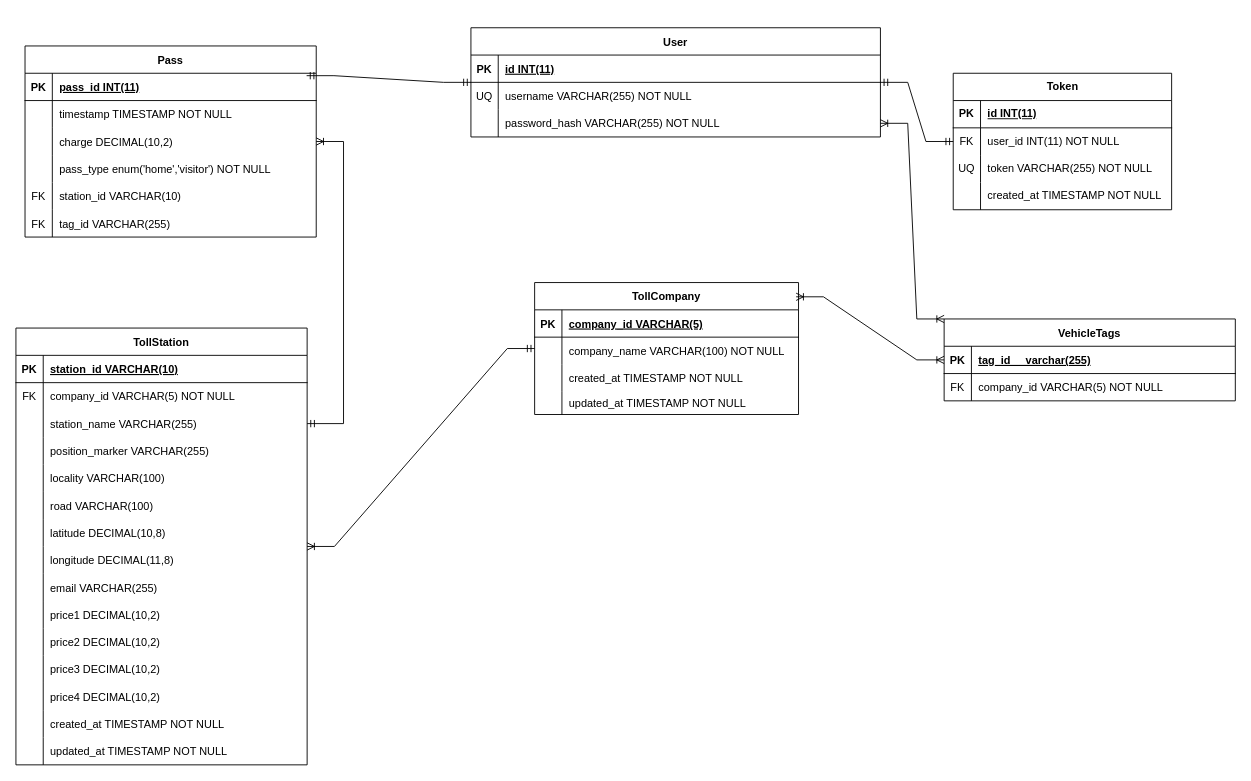
This is documentation/er.drawio from ntua-el21432/soft-eng-24-30, a draw.io file, before an edit. Source tidied: cells renumbered, new cells numbered last; positions are measured from the earlier drawing's top-left corner, leaving out a move shared by most shapes. Both pictures are drawn from the tidied source at 91%, with x=0, y=0 at pixel (15, 27).
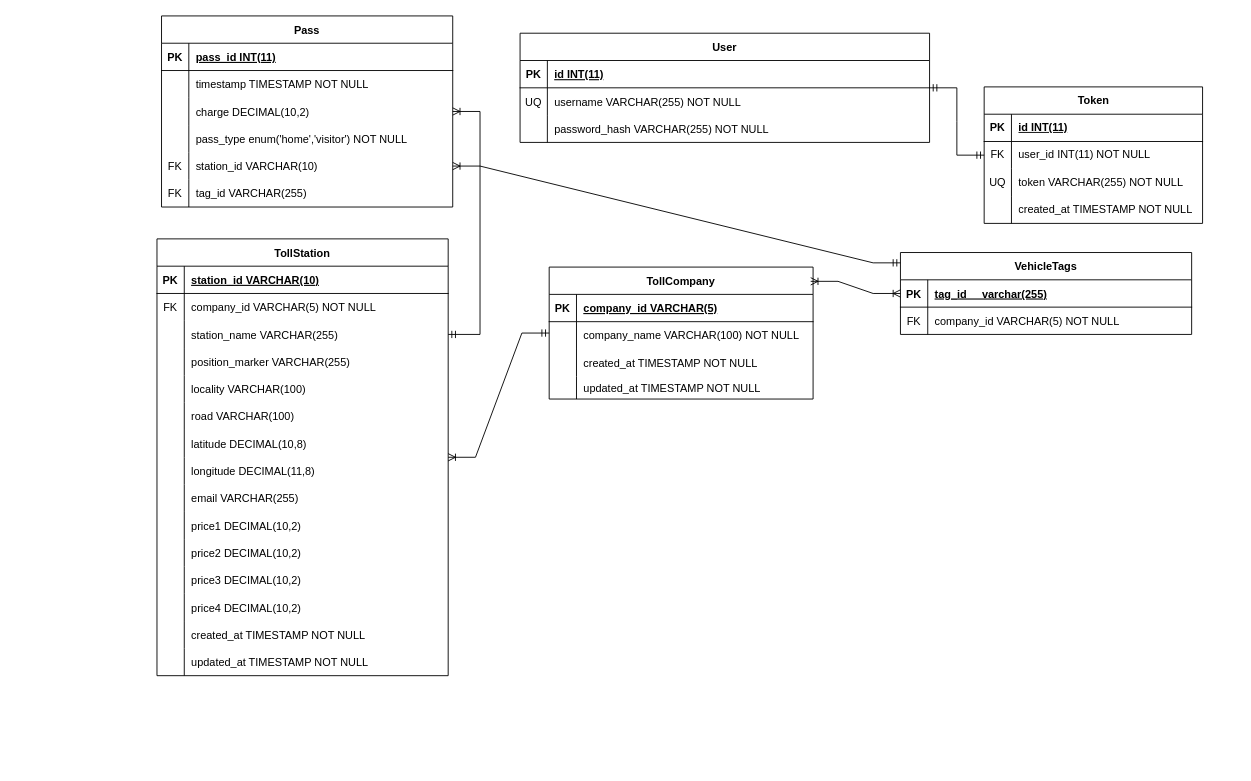
The same diagram, later.

Unchanged cells that the change refers to:
```xml
<mxCell id="22" style="shape=tableRow;horizontal=0;startSize=0;swimlaneHead=0;swimlaneBody=0;fillColor=none;points=[[0,0.5],[1,0.5]];portConstraint=eastwest;strokeColor=inherit;top=0;left=0;right=0;bottom=0;" parent="15" vertex="1">
  <mxGeometry y="90" width="450" height="30" as="geometry" />
</mxCell>
<mxCell id="79" style="shape=tableRow;horizontal=0;startSize=0;swimlaneHead=0;swimlaneBody=0;fillColor=none;points=[[0,0.5],[1,0.5]];portConstraint=eastwest;strokeColor=inherit;top=0;left=0;right=0;bottom=1;" parent="78" vertex="1">
  <mxGeometry y="30" width="320" height="30" as="geometry" />
</mxCell>
<mxCell id="91" style="shape=tableRow;horizontal=0;startSize=0;swimlaneHead=0;swimlaneBody=0;fillColor=none;points=[[0,0.5],[1,0.5]];portConstraint=eastwest;strokeColor=inherit;top=0;left=0;right=0;bottom=0;" parent="78" vertex="1">
  <mxGeometry y="150" width="320" height="30" as="geometry" />
</mxCell>
```

Change to the diagram source:
```diff
@@
     <mxCell id="2" value="TollCompany" style="shape=table;startSize=30;childLayout=tableLayout;rowLines=0;fontStyle=1;align=center;" parent="1" vertex="1">
-      <mxGeometry x="570" y="280" width="290" height="145" as="geometry" />
+      <mxGeometry x="586" y="263" width="290" height="145" as="geometry" />
     </mxCell>
@@
     <mxCell id="15" value="User" style="shape=table;startSize=30;childLayout=tableLayout;rowLines=0;fontStyle=1;align=center;" parent="1" vertex="1">
-      <mxGeometry x="500" width="450" height="120" as="geometry" />
+      <mxGeometry x="554" y="6" width="450" height="120" as="geometry" />
     </mxCell>
@@
     <mxCell id="25" value="TollStation" style="shape=table;startSize=30;childLayout=tableLayout;rowLines=0;fontStyle=1;align=center;" parent="1" vertex="1">
-      <mxGeometry y="330" width="320" height="480" as="geometry" />
+      <mxGeometry x="155" y="232" width="320" height="480" as="geometry" />
     </mxCell>
@@
     <mxCell id="71" value="VehicleTags" style="shape=table;startSize=30;childLayout=tableLayout;rowLines=0;fontStyle=1;align=center;" parent="1" vertex="1">
-      <mxGeometry x="1020" y="320" width="320" height="90" as="geometry" />
+      <mxGeometry x="972" y="247" width="320" height="90" as="geometry" />
     </mxCell>
@@
     <mxCell id="78" value="Pass" style="shape=table;startSize=30;childLayout=tableLayout;rowLines=0;fontStyle=1;align=center;" parent="1" vertex="1">
-      <mxGeometry x="10" y="20" width="320" height="210" as="geometry" />
+      <mxGeometry x="160" y="-13" width="320" height="210" as="geometry" />
     </mxCell>
@@
     <mxCell id="97" value="Token" style="shape=table;startSize=30;childLayout=tableLayout;rowLines=0;fontStyle=1;align=center;html=1;" parent="1" vertex="1">
-      <mxGeometry x="1030" y="50" width="240" height="150" as="geometry" />
+      <mxGeometry x="1064" y="65" width="240" height="150" as="geometry" />
     </mxCell>
@@
-    <mxCell id="112" style="edgeStyle=entityRelationEdgeStyle;fontSize=12;html=1;endArrow=ERmandOne;startArrow=ERmandOne;rounded=0;exitX=0.967;exitY=0.089;exitDx=0;exitDy=0;exitPerimeter=0;" parent="1" edge="1" source="79" target="15">
-      <mxGeometry relative="1" as="geometry">
-        <Array as="points">
-          <mxPoint x="570" y="53" />
-        </Array>
-      </mxGeometry>
-    </mxCell>
@@
-    <mxCell id="115" style="edgeStyle=entityRelationEdgeStyle;fontSize=12;html=1;endArrow=ERoneToMany;startArrow=ERoneToMany;rounded=0;exitX=1;exitY=0.5;exitDx=0;exitDy=0;entryX=0;entryY=0;entryDx=0;entryDy=0;" parent="1" edge="1" source="22" target="71">
-      <mxGeometry relative="1" as="geometry" />
-    </mxCell>
+    <mxCell id="116" style="edgeStyle=entityRelationEdgeStyle;fontSize=12;html=1;endArrow=ERoneToMany;startArrow=ERmandOne;rounded=0;exitX=0;exitY=0.126;exitDx=0;exitDy=0;exitPerimeter=0;entryX=1;entryY=0.5;entryDx=0;entryDy=0;" parent="1" edge="1" source="71" target="91">
+      <mxGeometry relative="1" as="geometry">
+        <Array as="points">
+          <mxPoint x="706" y="169" />
+          <mxPoint x="690" y="186" />
+        </Array>
+      </mxGeometry>
+    </mxCell>
```
